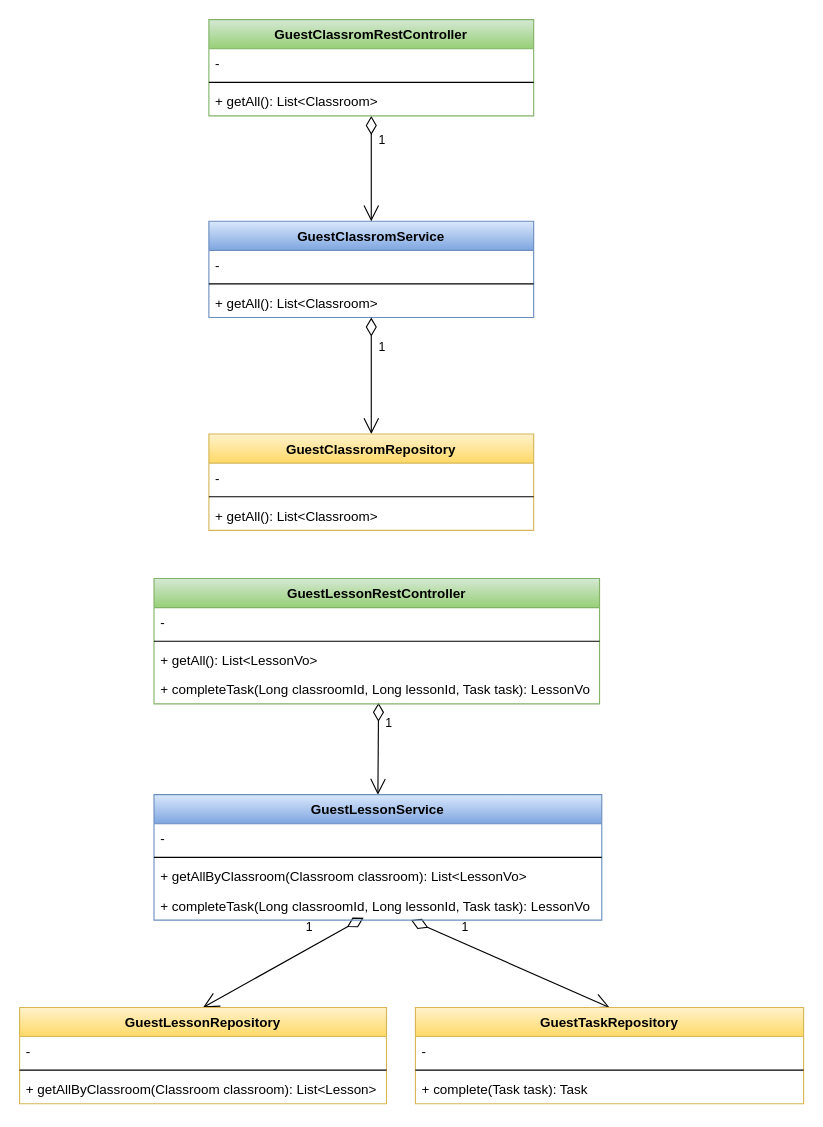
This is page "Services" (2 of 2) of doc/UML.drawio from zolezzi/VirTuAula, a draw.io file, before an edit. Source tidied: cells renumbered, new cells numbered last; positions are measured from the earlier drawing's top-left corner, leaving out a move shared by most shapes. Both pictures are drawn from the tidied source at 112%, with x=0, y=0 at pixel (19, 19).
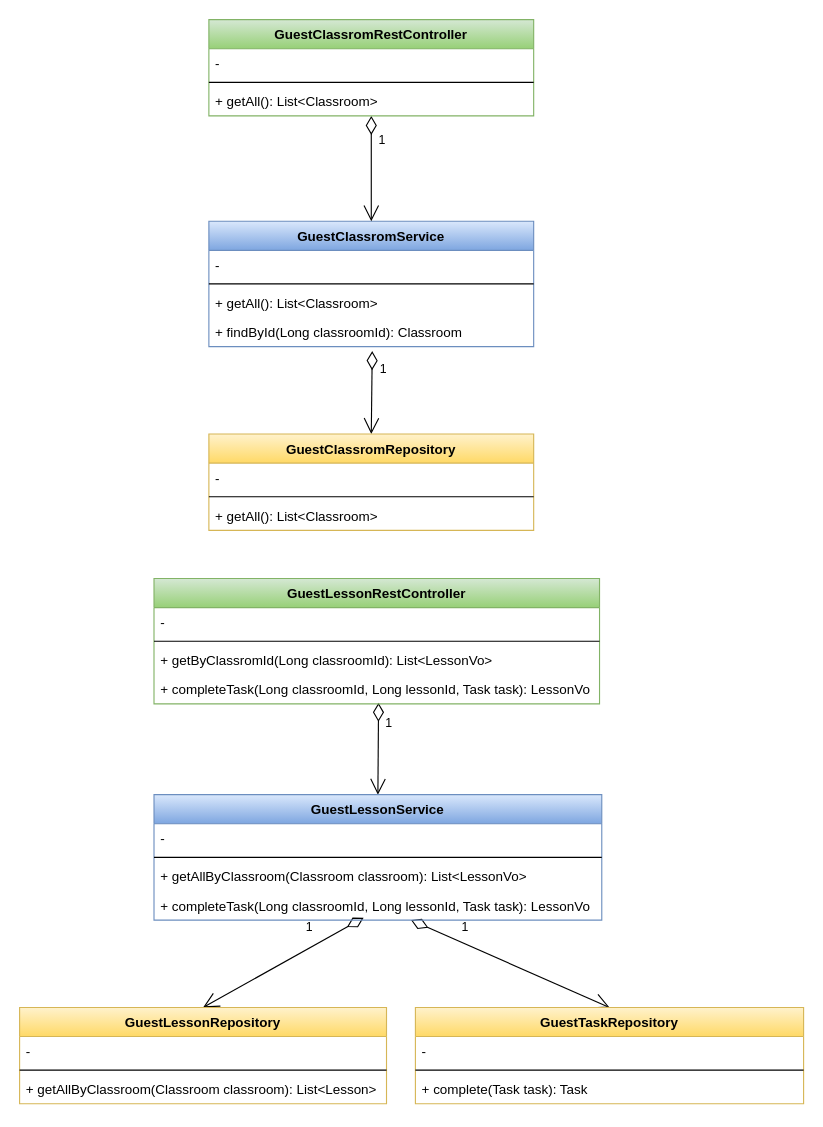
After the change.

The change refers to these unchanged cells:
```xml
<mxCell id="5" value="+ getAll(): List&lt;Classroom&gt;" style="text;strokeColor=none;fillColor=none;align=left;verticalAlign=top;spacingLeft=4;spacingRight=4;overflow=hidden;points=[[0,0.5],[1,0.5]];portConstraint=eastwest;" parent="2" vertex="1">
  <mxGeometry y="60" width="290" height="26" as="geometry" />
</mxCell>
<mxCell id="12" value="GuestClassromRepository" style="swimlane;fontStyle=1;align=center;verticalAlign=top;horizontal=1;startSize=26;fillColor=#fff2cc;strokeColor=#d6b656;gradientColor=#ffd966;" parent="1" vertex="1">
  <mxGeometry x="169" y="370" width="290" height="86" as="geometry" />
</mxCell>
<mxCell id="32" value="GuestLessonRestController" style="swimlane;fontStyle=1;align=center;verticalAlign=top;horizontal=1;startSize=26;fillColor=#d5e8d4;strokeColor=#82b366;gradientColor=#97d077;" parent="1" vertex="1">
  <mxGeometry x="120" y="499" width="397.8" height="112" as="geometry" />
</mxCell>
```

Change to the diagram source:
```diff
@@
     <mxCell id="2" value="GuestClassromService" style="swimlane;fontStyle=1;align=center;verticalAlign=top;horizontal=1;startSize=26;fillColor=#dae8fc;strokeColor=#6c8ebf;gradientColor=#7ea6e0;" parent="1" vertex="1">
-      <mxGeometry x="169" y="180" width="290" height="86" as="geometry" />
+      <mxGeometry x="169" y="180" width="290" height="112" as="geometry" />
     </mxCell>
@@
+    <mxCell id="37" value="+ findById(Long classroomId): Classroom" style="text;strokeColor=none;fillColor=none;align=left;verticalAlign=top;spacingLeft=4;spacingRight=4;overflow=hidden;points=[[0,0.5],[1,0.5]];portConstraint=eastwest;" parent="2" vertex="1">
+      <mxGeometry y="86" width="290" height="26" as="geometry" />
+    </mxCell>
@@
-    <mxCell id="11" value="1" style="endArrow=open;html=1;endSize=12;startArrow=diamondThin;startSize=14;startFill=0;align=left;verticalAlign=bottom;entryX=0.5;entryY=0;entryDx=0;entryDy=0;" parent="1" edge="1" source="5" target="12">
+    <mxCell id="11" value="1" style="endArrow=open;html=1;endSize=12;startArrow=diamondThin;startSize=14;startFill=0;align=left;verticalAlign=bottom;entryX=0.5;entryY=0;entryDx=0;entryDy=0;exitX=0.503;exitY=1.154;exitDx=0;exitDy=0;exitPerimeter=0;" parent="1" edge="1" source="37" target="12">
       <mxGeometry x="-0.33" y="5" relative="1" as="geometry" />
     </mxCell>
@@
-    <mxCell id="35" value="+ getAll(): List&lt;LessonVo&gt;" style="text;strokeColor=none;fillColor=none;align=left;verticalAlign=top;spacingLeft=4;spacingRight=4;overflow=hidden;" parent="32" vertex="1">
+    <mxCell id="35" value="+ getByClassromId(Long classroomId): List&lt;LessonVo&gt;" style="text;strokeColor=none;fillColor=none;align=left;verticalAlign=top;spacingLeft=4;spacingRight=4;overflow=hidden;" parent="32" vertex="1">
       <mxGeometry y="60" width="397.8" height="26" as="geometry" />
     </mxCell>
```
